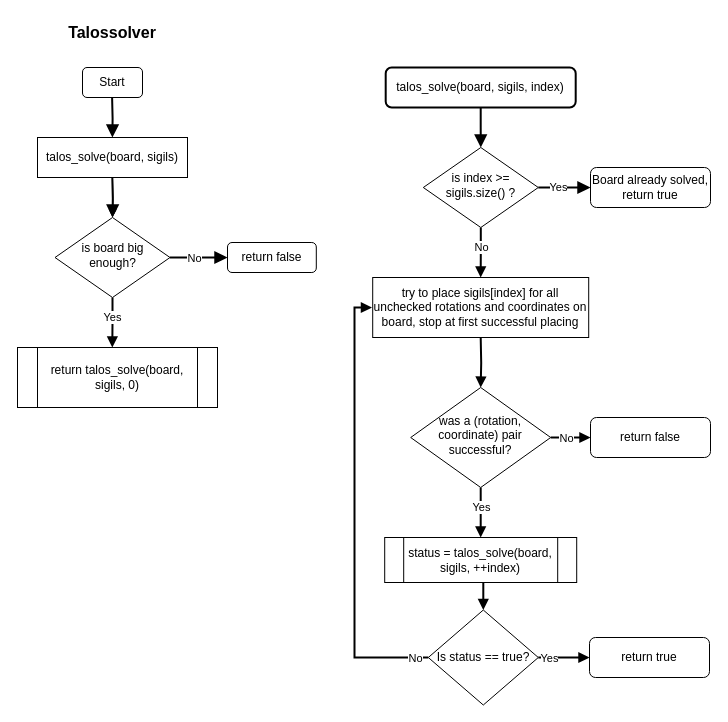
Above: docs/talos_solve_flowchart.drawio in cppcake/talossolver (draw.io), before the change. Source tidied: cells renumbered, new cells numbered last; positions are measured from the earlier drawing's top-left corner, leaving out a move shared by most shapes. Both pictures are drawn from the tidied source at 100%, with x=0, y=0 at pixel (17, 17).
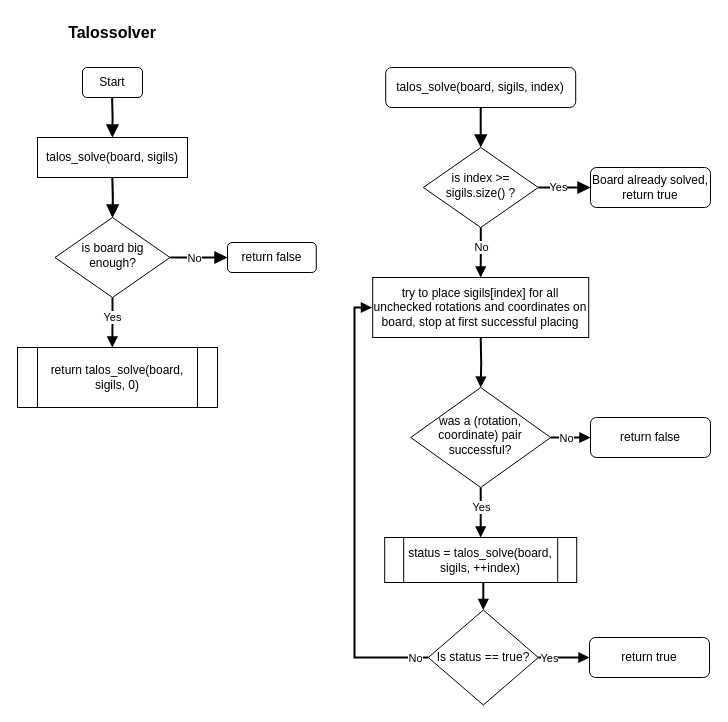
Above is the later version.

Diff of the diagram source:
```diff
@@
-    <mxCell id="14" value="talos_solve(board, sigils, index)" style="rounded=1;whiteSpace=wrap;html=1;fontSize=12;glass=0;strokeWidth=2;shadow=0;" parent="1" vertex="1">
+    <mxCell id="14" value="talos_solve(board, sigils, index)" style="rounded=1;whiteSpace=wrap;html=1;fontSize=12;glass=0;strokeWidth=1;shadow=0;" parent="1" vertex="1">
       <mxGeometry x="368.2" y="50" width="190" height="40" as="geometry" />
     </mxCell>
```
